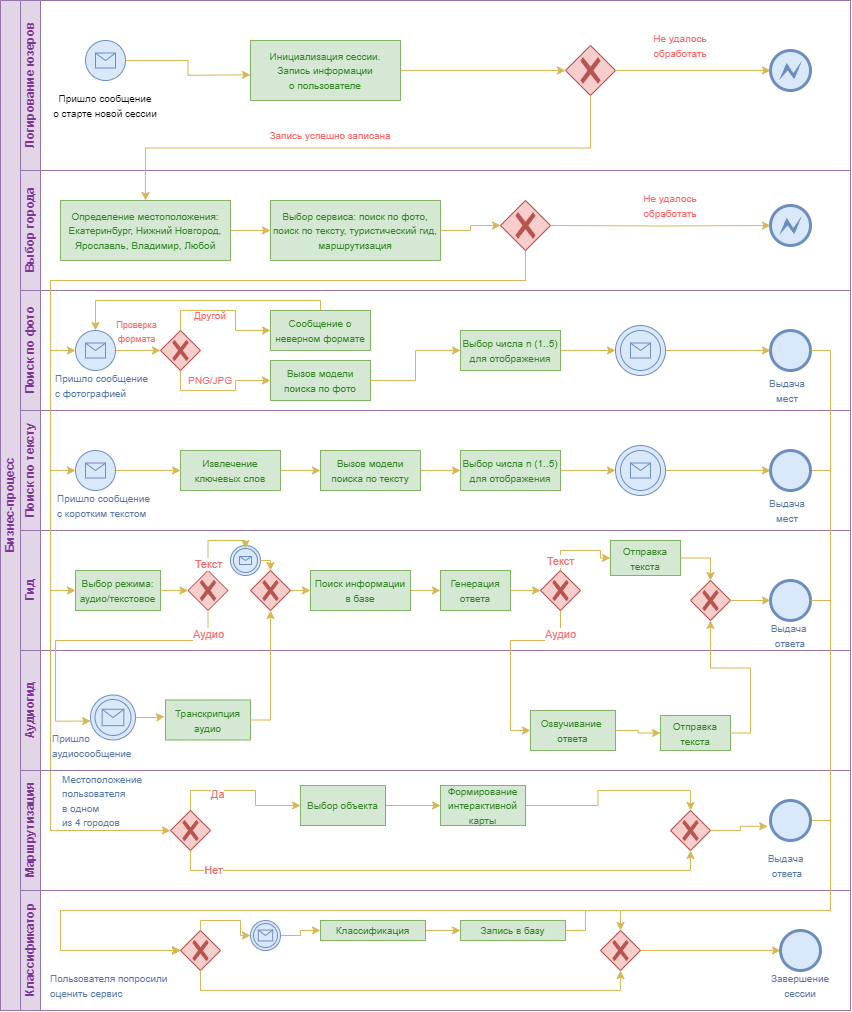
Before: src/BPMN.png, a diagram exported from draw.io (Kotyga/muesli_mipt_hack_2024). Source tidied: cells renumbered, new cells last; positions are measured from the earlier drawing's top-left corner, leaving out a move shared by most shapes.
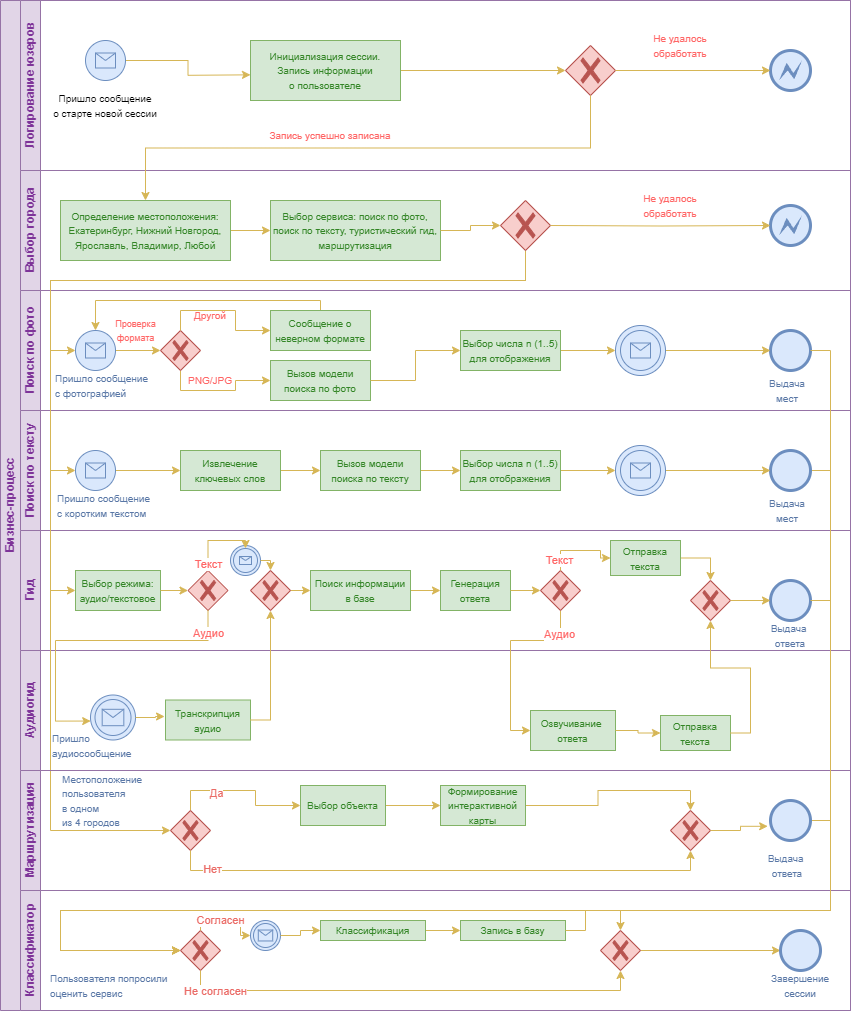
Above is the later version.

Commit message:
Добавлены подписи

What changed in the source:
```diff
@@ -481,6 +481,11 @@
     <mxCell id="139" style="edgeStyle=orthogonalEdgeStyle;rounded=0;jettySize=auto;html=1;exitX=0.5;exitY=1;exitDx=0;exitDy=0;exitPerimeter=0;entryX=0.5;entryY=1;entryDx=0;entryDy=0;entryPerimeter=0;fillColor=#fff2cc;strokeColor=#d6b656;" parent="130" edge="1" source="131" target="137">
       <mxGeometry relative="1" as="geometry" />
     </mxCell>
+    <mxCell id="150" value="&lt;font color=&quot;#ea6b66&quot;&gt;Не согласен&lt;/font&gt;" style="edgeLabel;html=1;align=center;verticalAlign=middle;" parent="139" vertex="1">
+      <mxGeometry x="-0.85" relative="1" as="geometry">
+        <mxPoint y="1" as="offset" />
+      </mxGeometry>
+    </mxCell>
     <mxCell id="140" style="ellipse;whiteSpace=wrap;html=1;fillColor=#dae8fc;strokeColor=#6c8ebf;strokeWidth=3;" parent="130" vertex="1">
       <mxGeometry x="760" y="40" width="40" height="40" as="geometry" />
     </mxCell>
@@ -527,6 +532,9 @@
         </Array>
       </mxGeometry>
     </mxCell>
+    <mxCell id="151" value="&lt;font color=&quot;#ea6b66&quot;&gt;Согласен&lt;/font&gt;" style="edgeLabel;html=1;align=center;verticalAlign=middle;" parent="148" vertex="1">
+      <mxGeometry x="-0.21" relative="1" as="geometry" />
+    </mxCell>
     <mxCell id="149" style="edgeStyle=orthogonalEdgeStyle;rounded=0;jettySize=auto;html=1;entryX=0;entryY=0.5;entryDx=0;entryDy=0;fillColor=#fff2cc;strokeColor=#d6b656;" parent="1" edge="1" source="145" target="134">
       <mxGeometry relative="1" as="geometry" />
     </mxCell>
```
